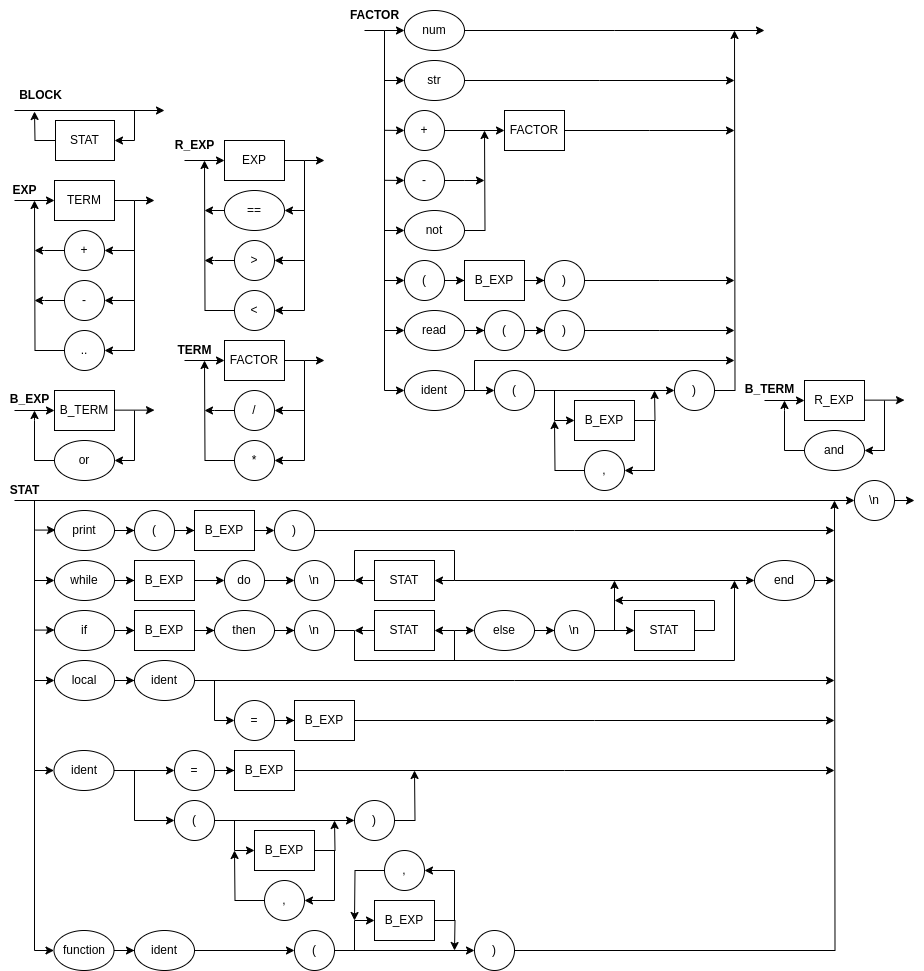
Earlier version of the draw.io export diagrama_sintatico.png (jeronimo-a/logcomp-2024-1). Source tidied: cells renumbered, new cells last; positions are measured from the earlier drawing's top-left corner, leaving out a move shared by most shapes.
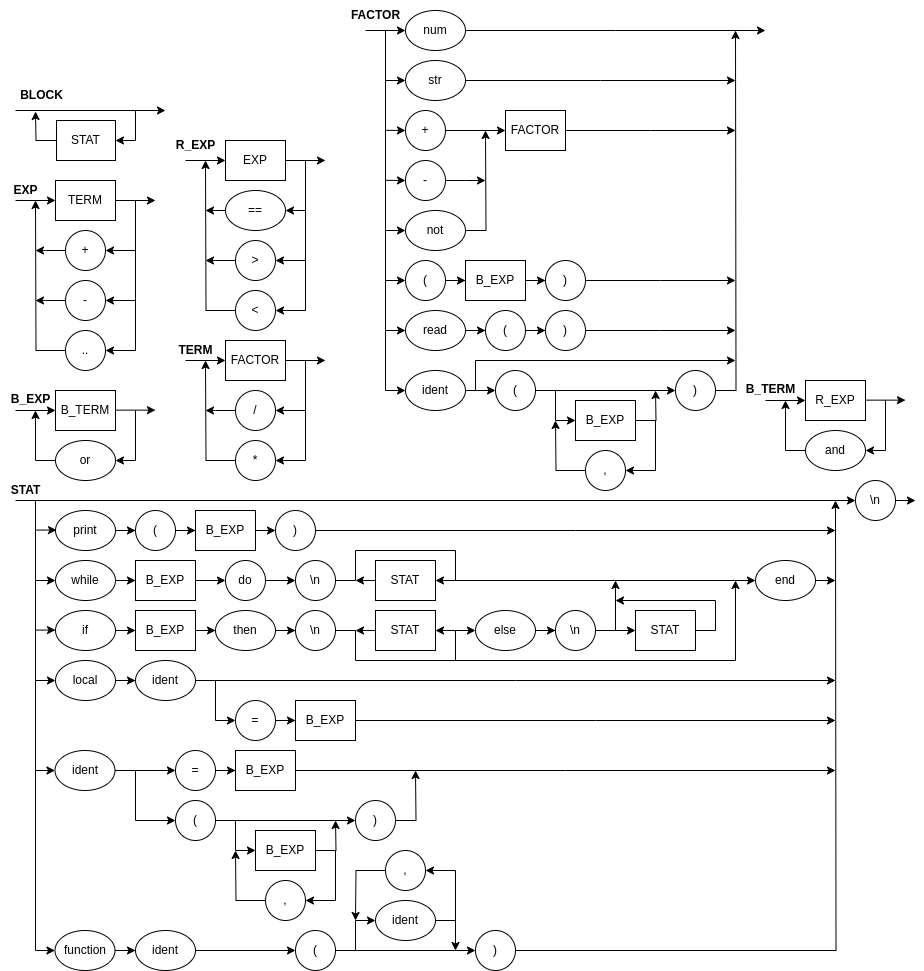
The same diagram one commit later.

Commit message:
Correção no diagrama sintático

Change to the diagram source:
```diff
@@ -752,14 +752,12 @@
     <mxCell id="174" value=")" style="ellipse;whiteSpace=wrap;html=1;" parent="1" vertex="1">
       <mxGeometry x="475" y="930" width="40" height="40" as="geometry" />
     </mxCell>
-    <mxCell id="175" style="edgeStyle=orthogonalEdgeStyle;rounded=0;jettySize=auto;html=1;" parent="1" edge="1" source="176">
+    <mxCell id="175" style="edgeStyle=orthogonalEdgeStyle;rounded=0;orthogonalLoop=1;jettySize=auto;html=1;" parent="1" edge="1">
       <mxGeometry relative="1" as="geometry">
+        <mxPoint x="435" y="920" as="sourcePoint" />
         <mxPoint x="455" y="950" as="targetPoint" />
       </mxGeometry>
     </mxCell>
-    <mxCell id="176" value="B_EXP" style="rounded=0;whiteSpace=wrap;html=1;" parent="1" vertex="1">
-      <mxGeometry x="375" y="900" width="60" height="40" as="geometry" />
-    </mxCell>
     <mxCell id="177" style="edgeStyle=orthogonalEdgeStyle;rounded=0;jettySize=auto;html=1;" parent="1" edge="1" source="178">
       <mxGeometry relative="1" as="geometry">
         <mxPoint x="355" y="920" as="targetPoint" />
@@ -768,9 +766,10 @@
     <mxCell id="178" value="," style="ellipse;whiteSpace=wrap;html=1;" parent="1" vertex="1">
       <mxGeometry x="385" y="850" width="40" height="40" as="geometry" />
     </mxCell>
-    <mxCell id="179" style="endArrow=classic;html=1;rounded=0;entryX=0;entryY=0.5;entryDx=0;entryDy=0;" parent="1" edge="1" target="176">
+    <mxCell id="179" style="endArrow=classic;html=1;rounded=0;entryX=0;entryY=0.5;entryDx=0;entryDy=0;" parent="1" edge="1">
       <mxGeometry relative="1" as="geometry">
         <mxPoint x="355" y="950" as="sourcePoint" />
+        <mxPoint x="375" y="920" as="targetPoint" />
         <Array as="points">
           <mxPoint x="355" y="920" />
         </Array>
@@ -847,5 +846,8 @@
         </Array>
       </mxGeometry>
     </mxCell>
+    <mxCell id="193" value="ident" style="ellipse;whiteSpace=wrap;html=1;" parent="1" vertex="1">
+      <mxGeometry x="375" y="900" width="60" height="40" as="geometry" />
+    </mxCell>
   </root>
 </mxGraphModel>
```
